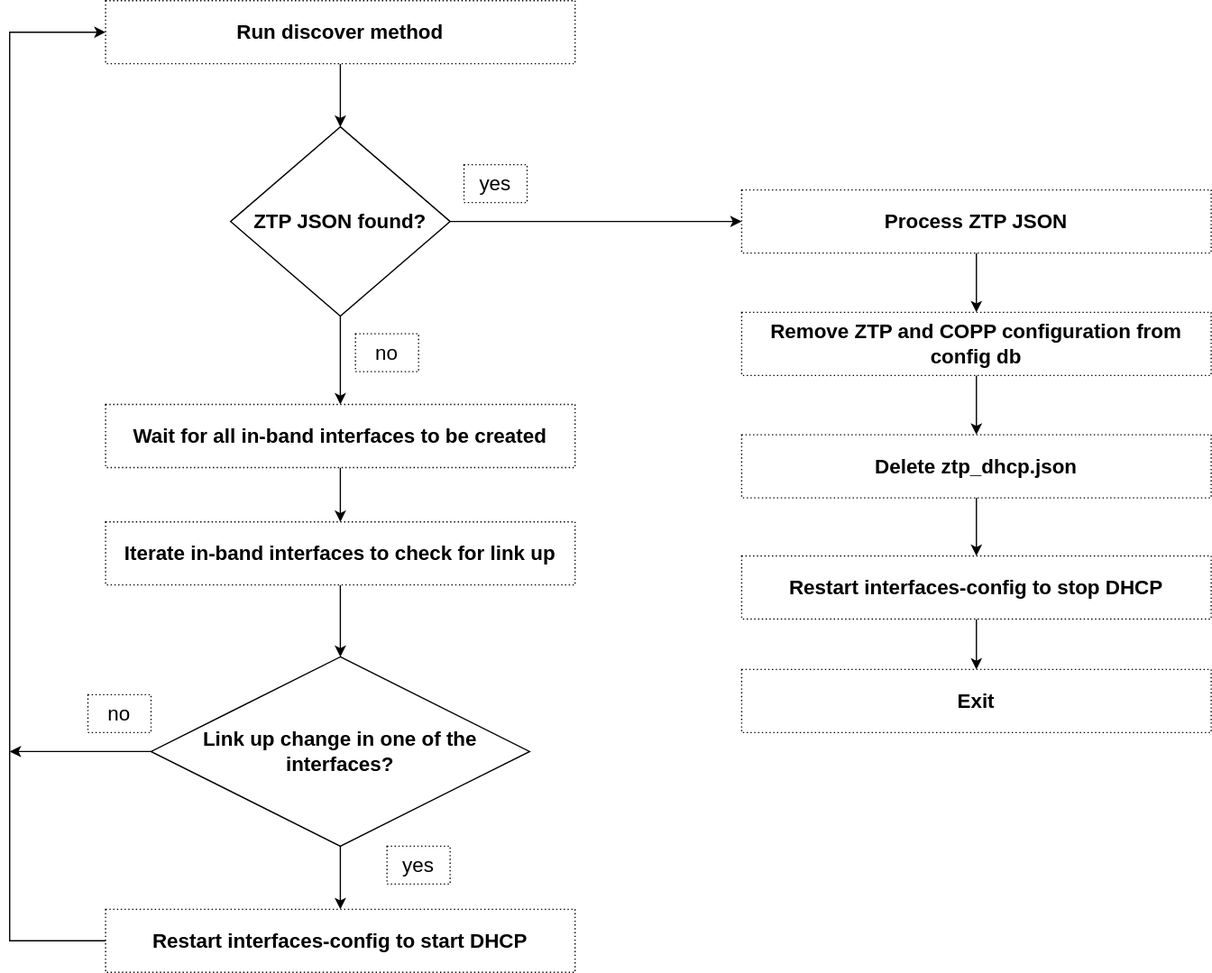
The draw.io diagram doc/ztp/images/ztp-engine.svg in liorghub/SONiC, before a commit. Source tidied: cells renumbered, new cells last; positions are measured from the earlier drawing's top-left corner, leaving out a move shared by most shapes.
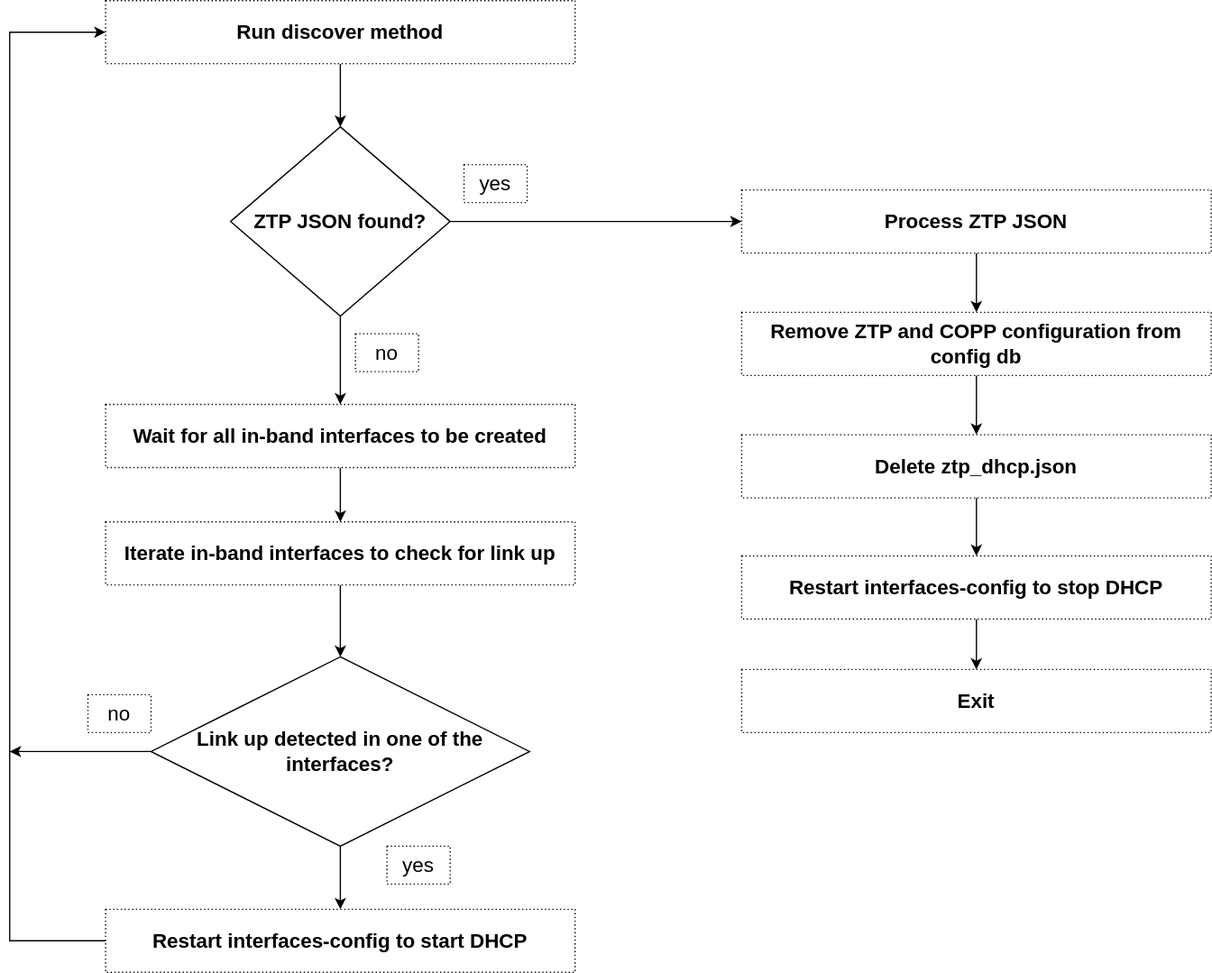
Later version of the same file.

Commit message:
Update 12 in-band ZTP HLD

The edit, as a diff of the source:
```diff
@@ -75,7 +75,7 @@
         <mxPoint y="595" as="targetPoint" />
       </mxGeometry>
     </mxCell>
-    <mxCell id="24" value="&lt;span style=&quot;font-size: 16px&quot;&gt;&lt;b&gt;Link up change in one of the interfaces?&lt;/b&gt;&lt;/span&gt;" style="rhombus;whiteSpace=wrap;html=1;" parent="1" vertex="1">
+    <mxCell id="24" value="&lt;span style=&quot;font-size: 16px&quot;&gt;&lt;b&gt;Link up detected in one of the interfaces?&lt;/b&gt;&lt;/span&gt;" style="rhombus;whiteSpace=wrap;html=1;" parent="1" vertex="1">
       <mxGeometry x="112" y="520" width="300" height="150" as="geometry" />
     </mxCell>
     <mxCell id="25" value="no" style="whiteSpace=wrap;html=1;fontSize=16;dashed=1;dashPattern=1 2;" parent="1" vertex="1">
```
